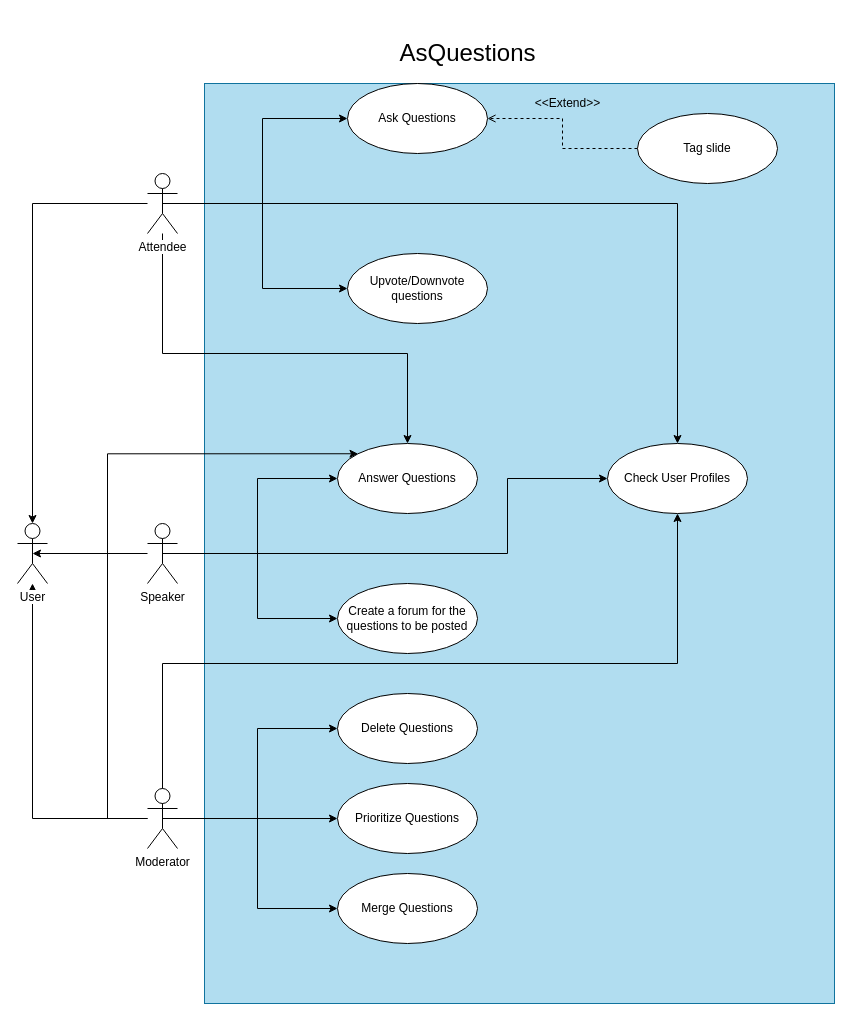
FEUP-ESOF-2020-21/open-cx-t1g1-ploggers keeps this draw.io diagram as img/use_cases.drawio. Above is the earlier version. Source tidied: cells renumbered, new cells numbered last; positions are measured from the earlier drawing's top-left corner, leaving out a move shared by most shapes. Both pictures are drawn from the tidied source at 100%, with x=0, y=0 at pixel (17, 43).
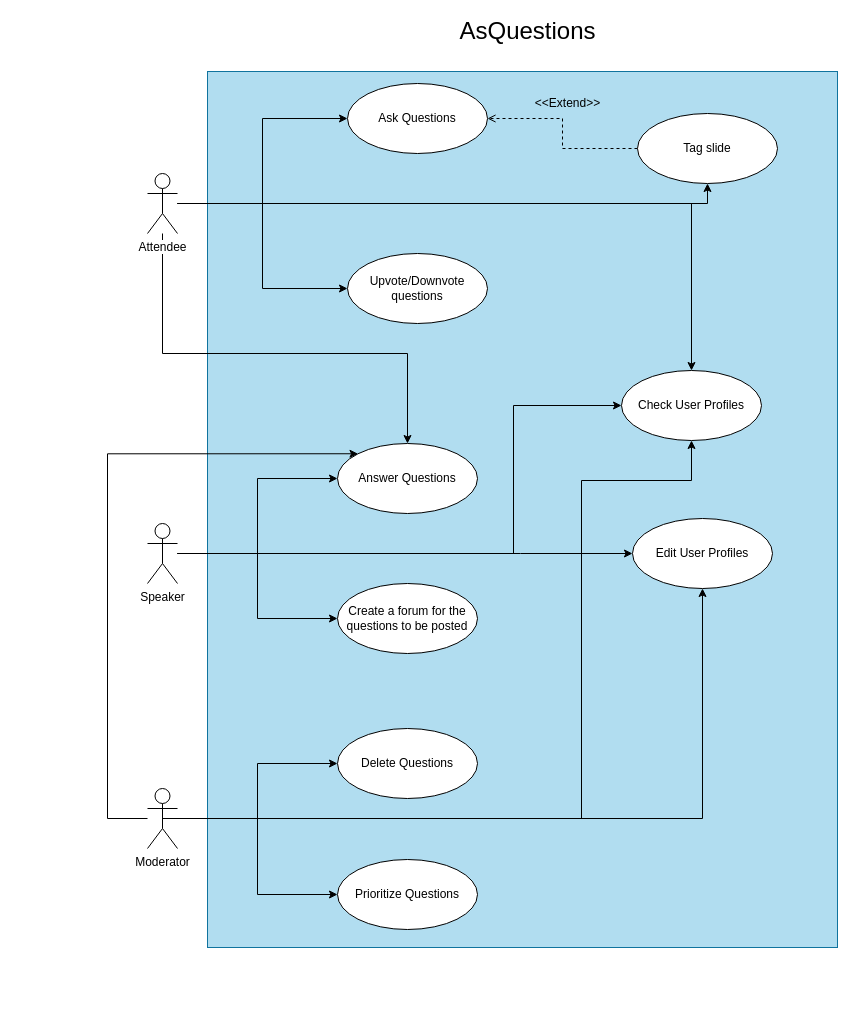
The same diagram, later.

Unchanged cells that the change refers to:
```xml
<mxCell id="8" value="Attendee" style="shape=umlActor;verticalLabelPosition=bottom;labelBackgroundColor=#ffffff;verticalAlign=top;html=1;" parent="1" vertex="1">
  <mxGeometry x="130" y="130" width="30" height="60" as="geometry" />
</mxCell>
<mxCell id="9" value="Ask Questions" style="ellipse;whiteSpace=wrap;html=1;" parent="1" vertex="1">
  <mxGeometry x="330" y="40" width="140" height="70" as="geometry" />
</mxCell>
<mxCell id="10" value="Upvote/Downvote questions" style="ellipse;whiteSpace=wrap;html=1;" parent="1" vertex="1">
  <mxGeometry x="330" y="210" width="140" height="70" as="geometry" />
</mxCell>
<mxCell id="12" value="Tag slide" style="ellipse;whiteSpace=wrap;html=1;" parent="1" vertex="1">
  <mxGeometry x="620" y="70" width="140" height="70" as="geometry" />
</mxCell>
<mxCell id="17" value="Speaker" style="shape=umlActor;verticalLabelPosition=bottom;labelBackgroundColor=#ffffff;verticalAlign=top;html=1;" parent="1" vertex="1">
  <mxGeometry x="130" y="480" width="30" height="60" as="geometry" />
</mxCell>
<mxCell id="19" value="Answer Questions" style="ellipse;whiteSpace=wrap;html=1;" parent="1" vertex="1">
  <mxGeometry x="320" y="400" width="140" height="70" as="geometry" />
</mxCell>
<mxCell id="26" value="Moderator" style="shape=umlActor;verticalLabelPosition=bottom;labelBackgroundColor=#ffffff;verticalAlign=top;html=1;" parent="1" vertex="1">
  <mxGeometry x="130" y="745" width="30" height="60" as="geometry" />
</mxCell>
<mxCell id="27" value="Create a forum for the questions to be posted" style="ellipse;whiteSpace=wrap;html=1;" parent="1" vertex="1">
  <mxGeometry x="320" y="540" width="140" height="70" as="geometry" />
</mxCell>
```

Diff of the diagram source:
```diff
@@
     <mxCell id="2" style="rounded=0;whiteSpace=wrap;html=1;fillColor=#b1ddf0;strokeColor=#10739e;" parent="1" vertex="1">
-      <mxGeometry x="187" y="40" width="630" height="920" as="geometry" />
+      <mxGeometry x="190" y="28" width="630" height="876" as="geometry" />
     </mxCell>
+    <mxCell id="5" style="edgeStyle=orthogonalEdgeStyle;rounded=0;jettySize=auto;html=1;entryX=0.5;entryY=0;entryDx=0;entryDy=0;" parent="1" edge="1" source="8" target="19">
+      <mxGeometry relative="1" as="geometry">
+        <Array as="points">
+          <mxPoint x="145" y="310" />
+          <mxPoint x="390" y="310" />
+        </Array>
+      </mxGeometry>
+    </mxCell>
-    <mxCell id="3" style="edgeStyle=orthogonalEdgeStyle;rounded=0;jettySize=auto;html=1;exitX=0.5;exitY=0.5;exitDx=0;exitDy=0;exitPerimeter=0;entryX=0;entryY=0.5;entryDx=0;entryDy=0;" parent="1" edge="1" source="8" target="9">
+    <mxCell id="3" style="edgeStyle=orthogonalEdgeStyle;rounded=0;jettySize=auto;html=1;entryX=0;entryY=0.5;entryDx=0;entryDy=0;" parent="1" edge="1" source="8" target="9">
       <mxGeometry relative="1" as="geometry" />
     </mxCell>
-    <mxCell id="4" style="edgeStyle=orthogonalEdgeStyle;rounded=0;jettySize=auto;html=1;exitX=0.5;exitY=0.5;exitDx=0;exitDy=0;exitPerimeter=0;entryX=0;entryY=0.5;entryDx=0;entryDy=0;" parent="1" edge="1" source="8" target="10">
+    <mxCell id="4" style="edgeStyle=orthogonalEdgeStyle;rounded=0;jettySize=auto;html=1;entryX=0;entryY=0.5;entryDx=0;entryDy=0;" parent="1" edge="1" source="8" target="10">
       <mxGeometry relative="1" as="geometry" />
     </mxCell>
-    <mxCell id="5" style="edgeStyle=orthogonalEdgeStyle;rounded=0;jettySize=auto;html=1;entryX=0.5;entryY=0;entryDx=0;entryDy=0;" parent="1" edge="1" source="8" target="19">
-      <mxGeometry relative="1" as="geometry">
-        <Array as="points">
-          <mxPoint x="145" y="310" />
-          <mxPoint x="390" y="310" />
-        </Array>
-      </mxGeometry>
-    </mxCell>
+    <mxCell id="34" style="edgeStyle=orthogonalEdgeStyle;rounded=0;jettySize=auto;html=1;entryX=0.5;entryY=1;entryDx=0;entryDy=0;" parent="1" edge="1" source="8" target="12">
+      <mxGeometry relative="1" as="geometry" />
+    </mxCell>
-    <mxCell id="6" style="edgeStyle=orthogonalEdgeStyle;rounded=0;jettySize=auto;html=1;exitX=0.5;exitY=0.5;exitDx=0;exitDy=0;exitPerimeter=0;entryX=0.5;entryY=0;entryDx=0;entryDy=0;" parent="1" edge="1" source="8" target="31">
+    <mxCell id="6" style="edgeStyle=orthogonalEdgeStyle;rounded=0;jettySize=auto;html=1;" parent="1" edge="1" source="8" target="31">
       <mxGeometry relative="1" as="geometry" />
     </mxCell>
-    <mxCell id="7" style="edgeStyle=orthogonalEdgeStyle;rounded=0;jettySize=auto;html=1;entryX=0.5;entryY=0;entryDx=0;entryDy=0;entryPerimeter=0;" parent="1" edge="1" source="8" target="33">
-      <mxGeometry relative="1" as="geometry" />
-    </mxCell>
@@
+    <mxCell id="15" style="edgeStyle=orthogonalEdgeStyle;rounded=0;jettySize=auto;html=1;entryX=0;entryY=0.5;entryDx=0;entryDy=0;" parent="1" edge="1" source="17" target="31">
+      <mxGeometry relative="1" as="geometry">
+        <Array as="points">
+          <mxPoint x="496" y="510" />
+          <mxPoint x="496" y="362" />
+        </Array>
+      </mxGeometry>
+    </mxCell>
+    <mxCell id="35" style="edgeStyle=orthogonalEdgeStyle;rounded=0;jettySize=auto;html=1;entryX=0;entryY=0.5;entryDx=0;entryDy=0;" parent="1" edge="1" source="17" target="37">
+      <mxGeometry relative="1" as="geometry">
+        <Array as="points">
+          <mxPoint x="503" y="510" />
+          <mxPoint x="503" y="510" />
+        </Array>
+      </mxGeometry>
+    </mxCell>
+    <mxCell id="14" style="edgeStyle=orthogonalEdgeStyle;rounded=0;jettySize=auto;html=1;entryX=0;entryY=0.5;entryDx=0;entryDy=0;" parent="1" edge="1" source="17" target="27">
+      <mxGeometry relative="1" as="geometry" />
+    </mxCell>
-    <mxCell id="13" style="edgeStyle=orthogonalEdgeStyle;rounded=0;jettySize=auto;html=1;exitX=0.5;exitY=0.5;exitDx=0;exitDy=0;exitPerimeter=0;entryX=0;entryY=0.5;entryDx=0;entryDy=0;" parent="1" edge="1" source="17" target="19">
+    <mxCell id="13" style="edgeStyle=orthogonalEdgeStyle;rounded=0;jettySize=auto;html=1;entryX=0;entryY=0.5;entryDx=0;entryDy=0;" parent="1" edge="1" source="17" target="19">
       <mxGeometry relative="1" as="geometry" />
     </mxCell>
-    <mxCell id="14" style="edgeStyle=orthogonalEdgeStyle;rounded=0;jettySize=auto;html=1;exitX=0.5;exitY=0.5;exitDx=0;exitDy=0;exitPerimeter=0;entryX=0;entryY=0.5;entryDx=0;entryDy=0;" parent="1" edge="1" source="17" target="27">
-      <mxGeometry relative="1" as="geometry" />
-    </mxCell>
-    <mxCell id="15" style="edgeStyle=orthogonalEdgeStyle;rounded=0;jettySize=auto;html=1;exitX=0.5;exitY=0.5;exitDx=0;exitDy=0;exitPerimeter=0;entryX=0;entryY=0.5;entryDx=0;entryDy=0;" parent="1" edge="1" source="17" target="31">
-      <mxGeometry relative="1" as="geometry">
-        <Array as="points">
-          <mxPoint x="490" y="510" />
-          <mxPoint x="490" y="435" />
-        </Array>
-      </mxGeometry>
-    </mxCell>
-    <mxCell id="16" style="edgeStyle=orthogonalEdgeStyle;rounded=0;jettySize=auto;html=1;entryX=0.5;entryY=0.5;entryDx=0;entryDy=0;entryPerimeter=0;" parent="1" edge="1" source="17" target="33">
-      <mxGeometry relative="1" as="geometry" />
-    </mxCell>
@@
     <mxCell id="18" value="Delete Questions" style="ellipse;whiteSpace=wrap;html=1;" parent="1" vertex="1">
-      <mxGeometry x="320" y="650" width="140" height="70" as="geometry" />
+      <mxGeometry x="320" y="685" width="140" height="70" as="geometry" />
     </mxCell>
@@
+    <mxCell id="25" style="edgeStyle=orthogonalEdgeStyle;rounded=0;jettySize=auto;html=1;entryX=0;entryY=0;entryDx=0;entryDy=0;" parent="1" edge="1" source="26" target="19">
+      <mxGeometry relative="1" as="geometry">
+        <Array as="points">
+          <mxPoint x="90" y="775" />
+          <mxPoint x="90" y="410" />
+        </Array>
+      </mxGeometry>
+    </mxCell>
+    <mxCell id="36" style="edgeStyle=orthogonalEdgeStyle;rounded=0;jettySize=auto;html=1;" parent="1" edge="1" source="26" target="37">
+      <mxGeometry relative="1" as="geometry" />
+    </mxCell>
-    <mxCell id="22" style="edgeStyle=orthogonalEdgeStyle;rounded=0;jettySize=auto;html=1;exitX=0.5;exitY=0.5;exitDx=0;exitDy=0;exitPerimeter=0;entryX=0.5;entryY=1;entryDx=0;entryDy=0;" parent="1" edge="1" source="26" target="31">
+    <mxCell id="22" style="edgeStyle=orthogonalEdgeStyle;rounded=0;jettySize=auto;html=1;entryX=0.5;entryY=1;entryDx=0;entryDy=0;" parent="1" edge="1" source="26" target="31">
       <mxGeometry relative="1" as="geometry">
         <Array as="points">
-          <mxPoint x="145" y="620" />
-          <mxPoint x="660" y="620" />
+          <mxPoint x="564" y="775" />
+          <mxPoint x="564" y="437" />
+          <mxPoint x="674" y="437" />
         </Array>
       </mxGeometry>
     </mxCell>
-    <mxCell id="23" style="edgeStyle=orthogonalEdgeStyle;rounded=0;jettySize=auto;html=1;exitX=0.5;exitY=0.5;exitDx=0;exitDy=0;exitPerimeter=0;entryX=0;entryY=0.5;entryDx=0;entryDy=0;" parent="1" edge="1" source="26" target="32">
-      <mxGeometry relative="1" as="geometry" />
-    </mxCell>
-    <mxCell id="24" style="edgeStyle=orthogonalEdgeStyle;rounded=0;jettySize=auto;html=1;" parent="1" edge="1" source="26" target="33">
-      <mxGeometry relative="1" as="geometry" />
-    </mxCell>
-    <mxCell id="25" style="edgeStyle=orthogonalEdgeStyle;rounded=0;jettySize=auto;html=1;entryX=0;entryY=0;entryDx=0;entryDy=0;" parent="1" edge="1" source="26" target="19">
-      <mxGeometry relative="1" as="geometry">
-        <Array as="points">
-          <mxPoint x="90" y="775" />
-          <mxPoint x="90" y="410" />
-        </Array>
-      </mxGeometry>
-    </mxCell>
@@
     <mxCell id="29" value="&lt;font style=&quot;font-size: 24px&quot;&gt;AsQuestions&lt;/font&gt;" style="text;html=1;align=center;verticalAlign=middle;" parent="1" vertex="1">
-      <mxGeometry x="375" width="150" height="20" as="geometry" />
+      <mxGeometry x="435" y="-22" width="150" height="20" as="geometry" />
     </mxCell>
     <mxCell id="30" value="Prioritize Questions" style="ellipse;whiteSpace=wrap;html=1;" parent="1" vertex="1">
-      <mxGeometry x="320" y="740" width="140" height="70" as="geometry" />
+      <mxGeometry x="320" y="816" width="140" height="70" as="geometry" />
     </mxCell>
     <mxCell id="31" value="Check User Profiles" style="ellipse;whiteSpace=wrap;html=1;" parent="1" vertex="1">
-      <mxGeometry x="590" y="400" width="140" height="70" as="geometry" />
+      <mxGeometry x="604" y="327" width="140" height="70" as="geometry" />
     </mxCell>
-    <mxCell id="32" value="Merge Questions" style="ellipse;whiteSpace=wrap;html=1;" parent="1" vertex="1">
-      <mxGeometry x="320" y="830" width="140" height="70" as="geometry" />
-    </mxCell>
-    <mxCell id="33" value="User" style="shape=umlActor;verticalLabelPosition=bottom;labelBackgroundColor=#ffffff;verticalAlign=top;html=1;" parent="1" vertex="1">
-      <mxGeometry y="480" width="30" height="60" as="geometry" />
-    </mxCell>
+    <mxCell id="37" value="Edit User Profiles" style="ellipse;whiteSpace=wrap;html=1;" parent="1" vertex="1">
+      <mxGeometry x="615" y="475" width="140" height="70" as="geometry" />
+    </mxCell>
```
